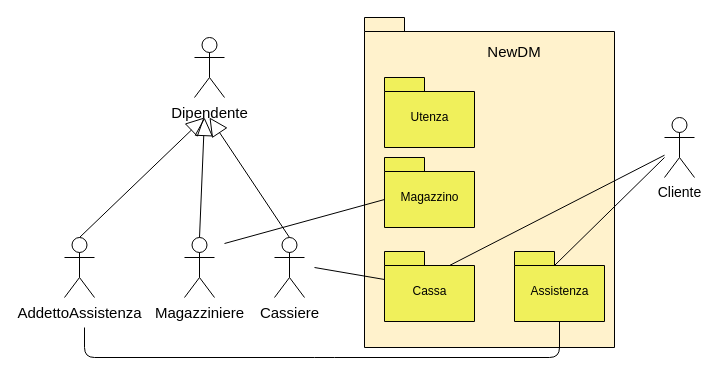
Earlier version of the draw.io diagram documentazioneRAD/ucd/UCD_totale.drawio (Ciro-Fusco/NewDM). Source tidied: cells renumbered, new cells numbered last; positions are measured from the earlier drawing's top-left corner, leaving out a move shared by most shapes. Both pictures are drawn from the tidied source at 100%, with x=0, y=0 at pixel (64, 17).
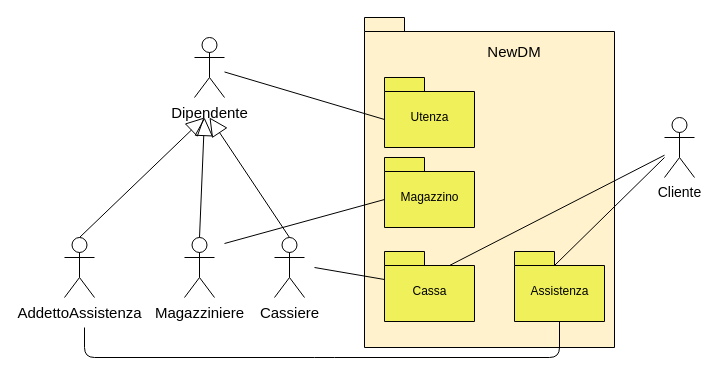
The same diagram, later.

Commit message (it also covers changes not shown here):
Aggiornamento rad con nuovi diagram

The change refers to these unchanged cells:
```xml
<mxCell id="4" value="&lt;font color=&quot;#000000&quot; style=&quot;font-weight: normal&quot;&gt;Utenza&lt;/font&gt;" style="shape=folder;fontStyle=1;spacingTop=10;tabWidth=40;tabHeight=14;tabPosition=left;html=1;fontColor=#ffffff;fillColor=#F0F05B;" parent="1" vertex="1">
  <mxGeometry x="320" y="60" width="90" height="70" as="geometry" />
</mxCell>
<mxCell id="8" value="Dipendente" style="shape=umlActor;verticalLabelPosition=bottom;verticalAlign=top;html=1;strokeColor=#000000;fontSize=15;fillColor=#FFFFFF;" parent="1" vertex="1">
  <mxGeometry x="130" y="20" width="30" height="60" as="geometry" />
</mxCell>
```

What changed in the source:
```diff
@@
+    <mxCell id="21" style="endArrow=none;html=1;entryX=0;entryY=0;entryDx=0;entryDy=42;entryPerimeter=0;" parent="1" edge="1" source="8" target="4">
+      <mxGeometry relative="1" as="geometry" />
+    </mxCell>
```
